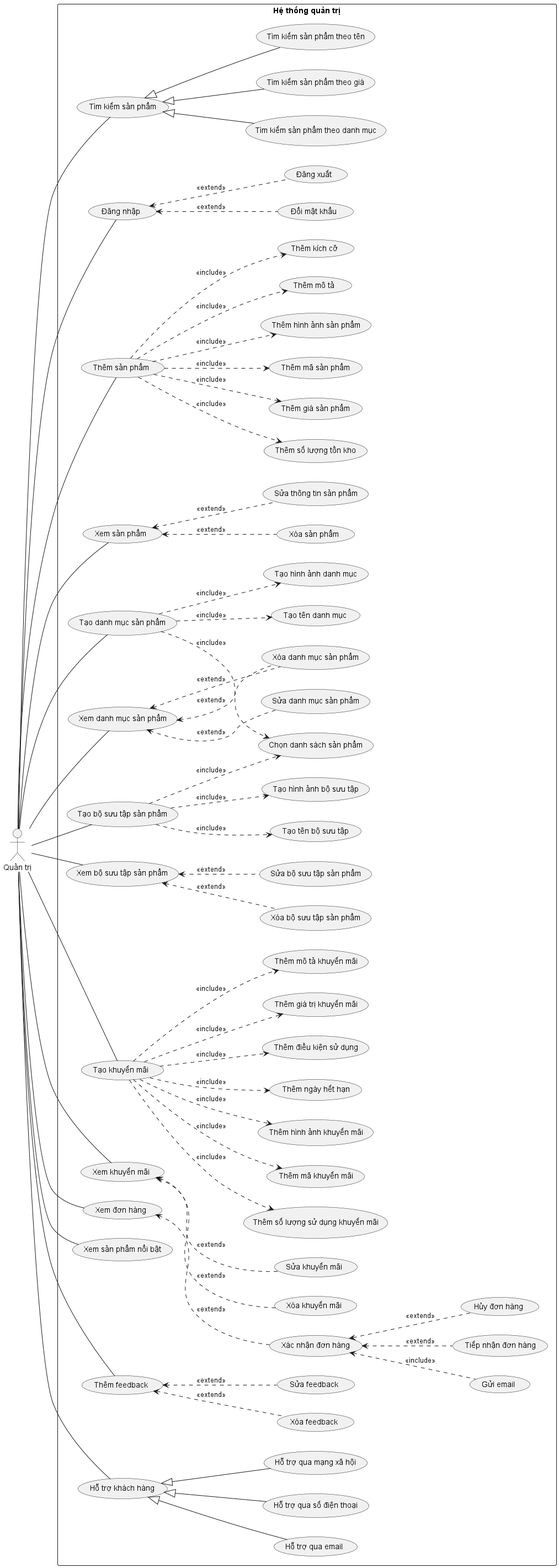
This is Lab1/Lab1.2/Usecase/QT/Use case Quản trị.png from tuankietcoderr/SE357-Practice-class, a PlantUML export, as it was before one commit.
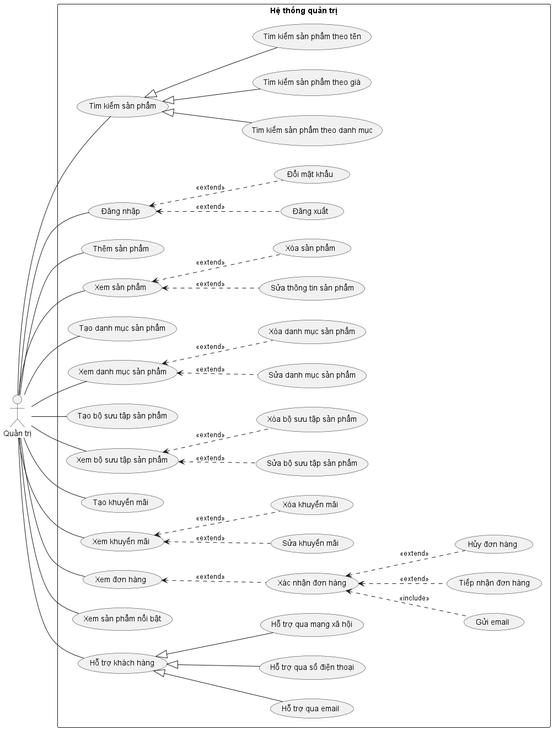
The same diagram one commit later.

Commit message:
Thêm ảnh use case QT

The edit, as a diff of the source:
```diff
@@ -15,47 +15,24 @@
     QT -down- (Xem khuyến mãi)
     QT -down- (Xem đơn hàng)
     QT -down- (Xem sản phẩm nổi bật)
-    QT -down- (Thêm feedback)
     QT -down- (Hỗ trợ khách hàng)
     (Tìm kiếm sản phẩm) <|-down- (Tìm kiếm sản phẩm theo danh mục)
     (Tìm kiếm sản phẩm) <|-down- (Tìm kiếm sản phẩm theo giá)
     (Tìm kiếm sản phẩm) <|-down- (Tìm kiếm sản phẩm theo tên)
     (Đăng nhập) <.down- (Đăng xuất) : <<extend>>
     (Đăng nhập) <.down- (Đổi mật khẩu) : <<extend>>
-    (Thêm sản phẩm) -down.> (Thêm hình ảnh sản phẩm) : <<include>>
-    (Thêm sản phẩm) -down.> (Thêm mô tả) : <<include>>
-    (Thêm sản phẩm) -down.> (Thêm kích cỡ) : <<include>>
-    (Thêm sản phẩm) -down.> (Thêm số lượng tồn kho) : <<include>>
-    (Thêm sản phẩm) -down.> (Thêm giá sản phẩm) : <<include>>
-    (Thêm sản phẩm) -down.> (Thêm mã sản phẩm) : <<include>>
     (Xem sản phẩm) <.down- (Sửa thông tin sản phẩm) : <<extend>>
     (Xem sản phẩm) <.down- (Xóa sản phẩm) : <<extend>>
-    (Tạo danh mục sản phẩm) -down.> (Tạo tên danh mục) : <<include>>
-    (Tạo danh mục sản phẩm) -down.> (Chọn danh sách sản phẩm) : <<include>>
-    (Tạo danh mục sản phẩm) -down.> (Tạo hình ảnh danh mục) : <<include>>
     (Xem danh mục sản phẩm) <.down- (Sửa danh mục sản phẩm) : <<extend>>
     (Xem danh mục sản phẩm) <.down- (Xóa danh mục sản phẩm) : <<extend>>
-    (Xem danh mục sản phẩm) <.down- (Xóa danh mục sản phẩm) : <<extend>>
-    (Tạo bộ sưu tập sản phẩm) -down.> (Tạo tên bộ sưu tập) : <<include>>
-    (Tạo bộ sưu tập sản phẩm) -down.> (Chọn danh sách sản phẩm) : <<include>>
-    (Tạo bộ sưu tập sản phẩm) -down.> (Tạo hình ảnh bộ sưu tập) : <<include>>
     (Xem bộ sưu tập sản phẩm) <.down- (Sửa bộ sưu tập sản phẩm) : <<extend>>
     (Xem bộ sưu tập sản phẩm) <.down- (Xóa bộ sưu tập sản phẩm) : <<extend>>
-    (Tạo khuyến mãi) -down.> (Thêm mã khuyến mãi) : <<include>>
-    (Tạo khuyến mãi) -down.> (Thêm hình ảnh khuyến mãi) : <<include>>
-    (Tạo khuyến mãi) -down.> (Thêm ngày hết hạn) : <<include>>
-    (Tạo khuyến mãi) -down.> (Thêm điều kiện sử dụng) : <<include>>
-    (Tạo khuyến mãi) -down.> (Thêm giá trị khuyến mãi) : <<include>>
-    (Tạo khuyến mãi) -down.> (Thêm mô tả khuyến mãi) : <<include>>
-    (Tạo khuyến mãi) -down.> (Thêm số lượng sử dụng khuyến mãi) : <<include>>
     (Xem khuyến mãi) <.down- (Sửa khuyến mãi) : <<extend>>
     (Xem khuyến mãi) <.down- (Xóa khuyến mãi) : <<extend>>
     (Xem đơn hàng) <.down- (Xác nhận đơn hàng) : <<extend>>
     (Xác nhận đơn hàng) <.down- (Gửi email) : <<include>>
     (Xác nhận đơn hàng) <.down- (Tiếp nhận đơn hàng) : <<extend>>
     (Xác nhận đơn hàng) <.down- (Hủy đơn hàng) : <<extend>>
-    (Thêm feedback) <.down- (Sửa feedback) : <<extend>>
-    (Thêm feedback) <.down- (Xóa feedback) : <<extend>>
     (Hỗ trợ khách hàng) <|-down- (Hỗ trợ qua email)
     (Hỗ trợ khách hàng) <|-down- (Hỗ trợ qua số điện thoại)
     (Hỗ trợ khách hàng) <|-down- (Hỗ trợ qua mạng xã hội)
```
